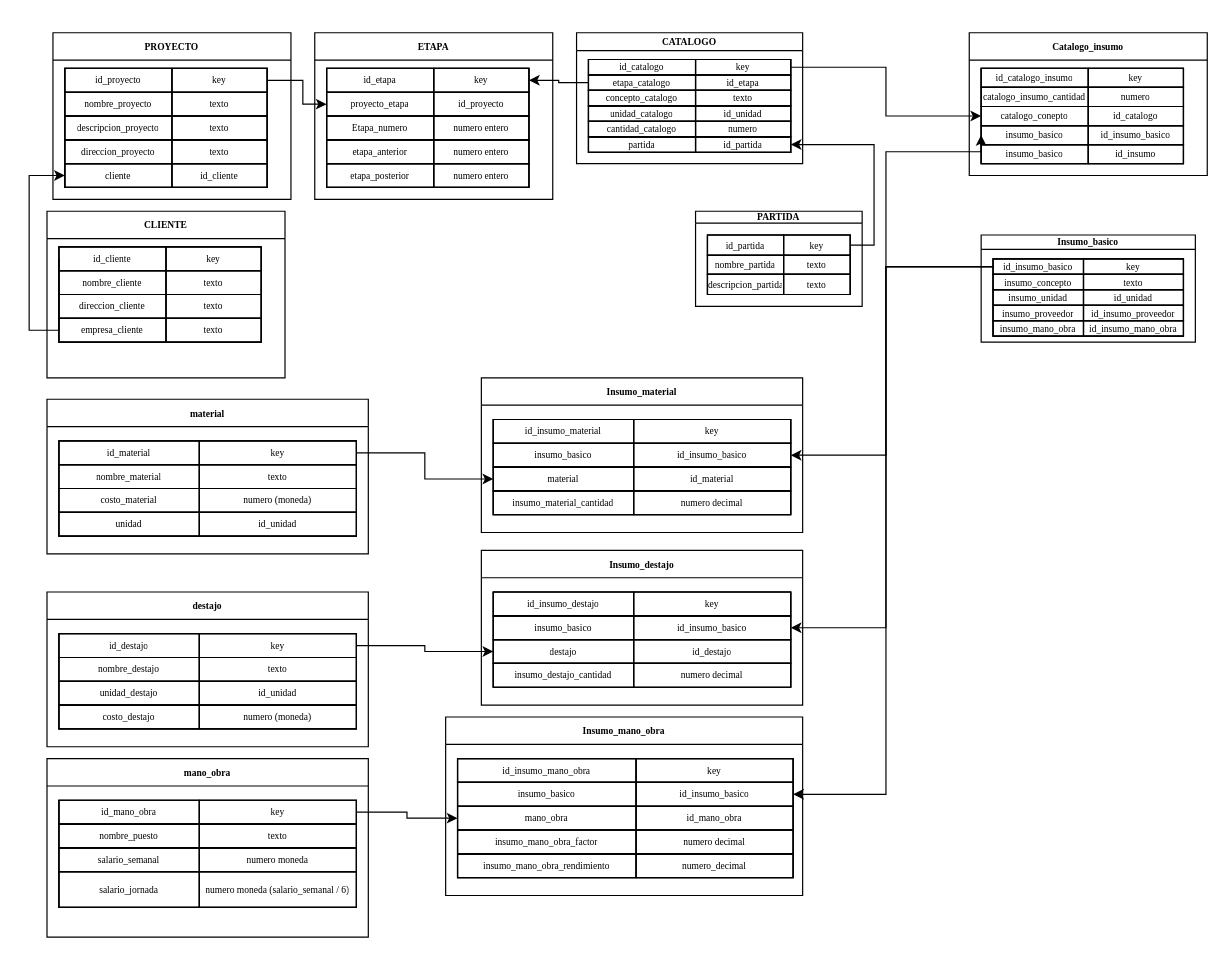
Above: Base_datos.drawio in joserra71/AdmonObra (draw.io), before the change. Source tidied: cells renumbered, new cells numbered last; positions are measured from the earlier drawing's top-left corner, leaving out a move shared by most shapes. Both pictures are drawn from the tidied source at 119%, with x=0, y=0 at pixel (29, 32).
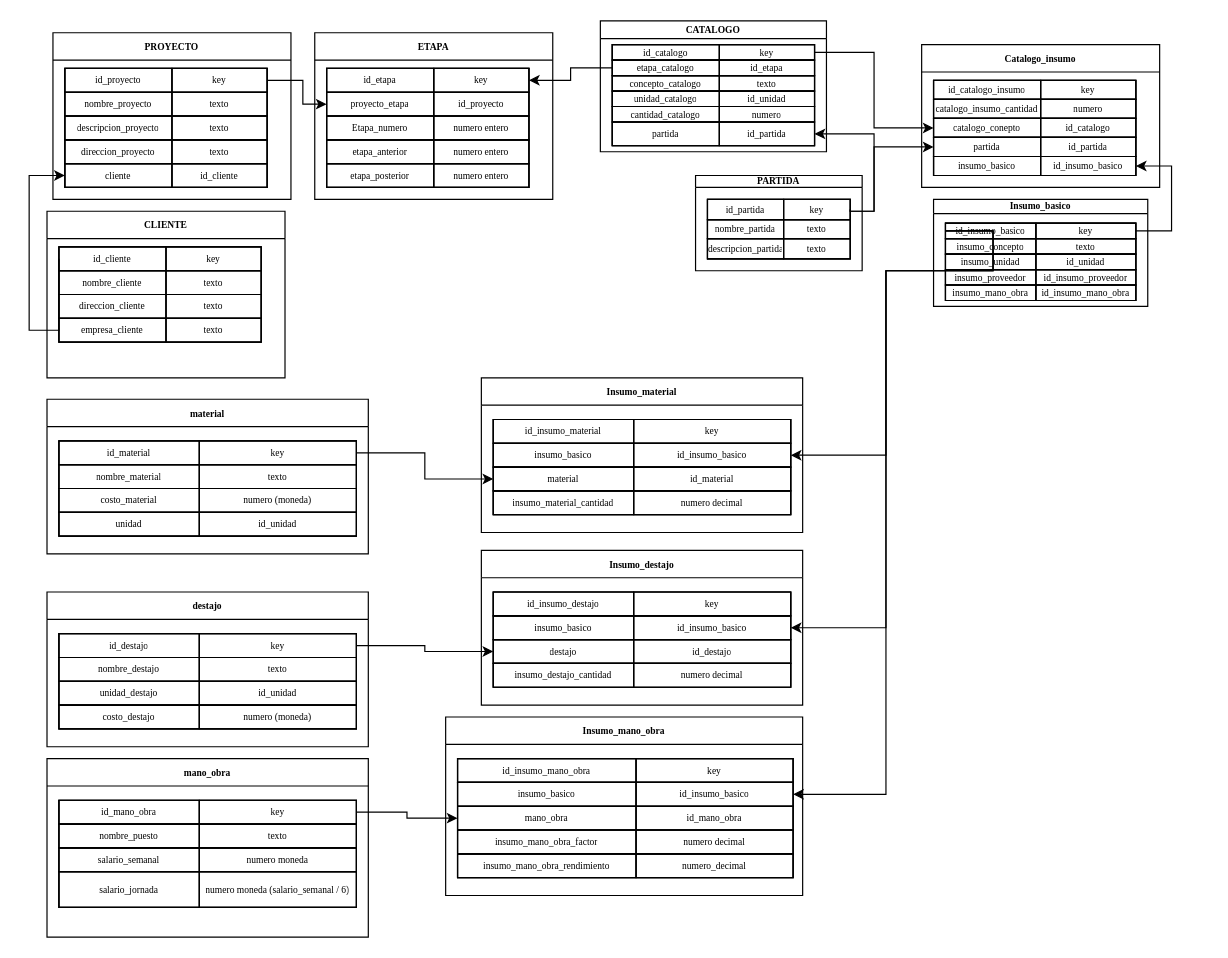
Above is the later version.

The change refers to these unchanged cells:
```xml
<mxCell id="66" style="shape=tableRow;horizontal=0;startSize=0;swimlaneHead=0;swimlaneBody=0;strokeColor=inherit;fillColor=none;points=[[0,0.5],[1,0.5]];portConstraint=eastwest;fixedHeader=1;fontFamily=Garamond;fontSize=8;" parent="56" vertex="1">
  <mxGeometry y="48" width="170" height="16" as="geometry" />
</mxCell>
<mxCell id="69" style="shape=tableRow;horizontal=0;startSize=0;swimlaneHead=0;swimlaneBody=0;strokeColor=inherit;fillColor=none;points=[[0,0.5],[1,0.5]];portConstraint=eastwest;fixedHeader=1;fontFamily=Garamond;fontSize=8;" parent="56" vertex="1">
  <mxGeometry y="64" width="170" height="16" as="geometry" />
</mxCell>
<mxCell id="76" style="shape=tableRow;horizontal=0;startSize=0;swimlaneHead=0;swimlaneBody=0;strokeColor=inherit;fillColor=none;points=[[0,0.5],[1,0.5]];portConstraint=eastwest;fixedHeader=1;fontFamily=Garamond;fontSize=8;" parent="75" vertex="1">
  <mxGeometry width="160" height="13" as="geometry" />
</mxCell>
<mxCell id="96" style="shape=tableRow;horizontal=0;startSize=0;swimlaneHead=0;swimlaneBody=0;strokeColor=inherit;fillColor=none;points=[[0,0.5],[1,0.5]];portConstraint=eastwest;fixedHeader=1;fontFamily=Garamond;fontSize=8;" parent="92" vertex="1">
  <mxGeometry y="20" width="250" height="20" as="geometry" />
</mxCell>
<mxCell id="125" style="shape=tableRow;horizontal=0;startSize=0;swimlaneHead=0;swimlaneBody=0;strokeColor=inherit;fillColor=none;points=[[0,0.5],[1,0.5]];portConstraint=eastwest;fixedHeader=1;fontFamily=Garamond;fontSize=8;" parent="121" vertex="1">
  <mxGeometry y="20" width="250" height="20" as="geometry" />
</mxCell>
<mxCell id="155" style="shape=tableRow;horizontal=0;startSize=0;swimlaneHead=0;swimlaneBody=0;strokeColor=inherit;fillColor=none;points=[[0,0.5],[1,0.5]];portConstraint=eastwest;fixedHeader=1;fontFamily=Garamond;fontSize=8;" parent="151" vertex="1">
  <mxGeometry y="20" width="282" height="20" as="geometry" />
</mxCell>
<mxCell id="203" style="shape=tableRow;horizontal=0;startSize=0;swimlaneHead=0;swimlaneBody=0;strokeColor=inherit;fillColor=none;points=[[0,0.5],[1,0.5]];portConstraint=eastwest;fixedHeader=1;fontFamily=Garamond;fontSize=8;" parent="202" vertex="1">
  <mxGeometry width="120" height="17" as="geometry" />
</mxCell>
```

Change to the diagram source:
```diff
@@
     <mxCell id="34" value="CATALOGO" style="swimlane;whiteSpace=wrap;html=1;fontFamily=Garamond;fontSize=8;startSize=15;" parent="1" vertex="1">
-      <mxGeometry x="460" width="190" height="110" as="geometry" />
+      <mxGeometry x="480" y="-10" width="190" height="110" as="geometry" />
     </mxCell>
     <mxCell id="35" style="shape=table;startSize=0;childLayout=tableLayout;fixedHeader=1;tableRender=collapsed;fontFamily=Garamond;fontSize=8;" parent="34" vertex="1">
-      <mxGeometry x="10" y="22.5" width="170" height="78" as="geometry" />
+      <mxGeometry x="10" y="20" width="170" height="85" as="geometry" />
     </mxCell>
@@
     <mxCell id="51" style="shape=tableRow;horizontal=0;startSize=0;swimlaneHead=0;swimlaneBody=0;strokeColor=inherit;fillColor=none;points=[[0,0.5],[1,0.5]];portConstraint=eastwest;fixedHeader=1;fontFamily=Garamond;fontSize=8;" parent="35" vertex="1">
-      <mxGeometry y="65" width="170" height="13" as="geometry" />
+      <mxGeometry y="65" width="170" height="20" as="geometry" />
     </mxCell>
     <mxCell id="52" value="partida" style="shape=partialRectangle;html=1;whiteSpace=wrap;strokeColor=inherit;overflow=hidden;fillColor=none;fontFamily=Garamond;fontSize=8;" parent="51" vertex="1">
-      <mxGeometry width="90" height="13" as="geometry" />
+      <mxGeometry width="90" height="20" as="geometry" />
     </mxCell>
     <mxCell id="53" value="id_partida" style="shape=partialRectangle;html=1;whiteSpace=wrap;strokeColor=inherit;overflow=hidden;fillColor=none;fontFamily=Garamond;fontSize=8;" parent="51" vertex="1">
-      <mxGeometry x="90" width="80" height="13" as="geometry" />
+      <mxGeometry x="90" width="80" height="20" as="geometry" />
     </mxCell>
@@
     <mxCell id="55" value="Catalogo_insumo" style="swimlane;whiteSpace=wrap;html=1;fontFamily=Garamond;fontSize=8;" parent="1" vertex="1">
-      <mxGeometry x="790" width="200" height="120" as="geometry" />
+      <mxGeometry x="750" y="10" width="200" height="120" as="geometry" />
     </mxCell>
@@
-    <mxCell id="67" value="insumo_basico" style="shape=partialRectangle;html=1;whiteSpace=wrap;strokeColor=inherit;overflow=hidden;fillColor=none;fontFamily=Garamond;fontSize=8;" parent="66" vertex="1">
+    <mxCell id="67" value="partida" style="shape=partialRectangle;html=1;whiteSpace=wrap;strokeColor=inherit;overflow=hidden;fillColor=none;fontFamily=Garamond;fontSize=8;" parent="66" vertex="1">
       <mxGeometry width="90" height="16" as="geometry" />
     </mxCell>
-    <mxCell id="68" value="id_insumo_basico" style="shape=partialRectangle;html=1;whiteSpace=wrap;strokeColor=inherit;overflow=hidden;fillColor=none;fontFamily=Garamond;fontSize=8;" parent="66" vertex="1">
+    <mxCell id="68" value="id_partida" style="shape=partialRectangle;html=1;whiteSpace=wrap;strokeColor=inherit;overflow=hidden;fillColor=none;fontFamily=Garamond;fontSize=8;" parent="66" vertex="1">
       <mxGeometry x="90" width="80" height="16" as="geometry" />
     </mxCell>
@@
-    <mxCell id="71" value="id_insumo" style="shape=partialRectangle;html=1;whiteSpace=wrap;strokeColor=inherit;overflow=hidden;fillColor=none;fontFamily=Garamond;fontSize=8;" parent="69" vertex="1">
+    <mxCell id="71" value="id_insumo_basico" style="shape=partialRectangle;html=1;whiteSpace=wrap;strokeColor=inherit;overflow=hidden;fillColor=none;fontFamily=Garamond;fontSize=8;" parent="69" vertex="1">
       <mxGeometry x="90" width="80" height="16" as="geometry" />
     </mxCell>
@@
-    <mxCell id="73" style="edgeStyle=orthogonalEdgeStyle;rounded=0;jettySize=auto;html=1;entryX=0;entryY=0.5;entryDx=0;entryDy=0;defaultLabelBackgroundColor=page;fontFamily=Garamond;fontSize=8;exitX=0;exitY=0.5;exitDx=0;exitDy=0;" parent="1" edge="1" source="76" target="66">
-      <mxGeometry x="0.21" relative="1" as="geometry">
+    <mxCell id="73" style="edgeStyle=orthogonalEdgeStyle;rounded=0;jettySize=auto;html=1;entryX=1;entryY=0.5;entryDx=0;entryDy=0;defaultLabelBackgroundColor=page;fontFamily=Garamond;fontSize=8;exitX=1;exitY=0.5;exitDx=0;exitDy=0;" parent="1" edge="1" source="76" target="69">
+      <mxGeometry x="0.59" relative="1" as="geometry">
         <Array as="points">
-          <mxPoint x="720" y="196.5" />
-          <mxPoint x="720" y="100" />
+          <mxPoint x="960" y="166.5" />
+          <mxPoint x="960" y="112" />
         </Array>
       </mxGeometry>
     </mxCell>
     <mxCell id="74" value="Insumo_basico" style="swimlane;whiteSpace=wrap;html=1;fontFamily=Garamond;fontSize=8;startSize=12;" parent="1" vertex="1">
-      <mxGeometry x="800" y="170" width="180" height="90" as="geometry" />
+      <mxGeometry x="760" y="140" width="180" height="90" as="geometry" />
     </mxCell>
@@
     <mxCell id="119" style="edgeStyle=orthogonalEdgeStyle;rounded=0;jettySize=auto;html=1;entryX=1;entryY=0.5;entryDx=0;entryDy=0;defaultLabelBackgroundColor=page;fontFamily=Garamond;fontSize=8;exitX=0;exitY=0.5;exitDx=0;exitDy=0;" parent="1" edge="1" source="76" target="96">
       <mxGeometry x="-0.46" relative="1" as="geometry">
         <Array as="points">
-          <mxPoint x="720" y="196.5" />
+          <mxPoint x="810" y="200" />
+          <mxPoint x="720" y="200" />
           <mxPoint x="720" y="355" />
         </Array>
       </mxGeometry>
     </mxCell>
@@
     <mxCell id="134" style="edgeStyle=orthogonalEdgeStyle;rounded=0;jettySize=auto;html=1;exitX=0;exitY=0.5;exitDx=0;exitDy=0;defaultLabelBackgroundColor=page;entryX=1;entryY=0.5;entryDx=0;entryDy=0;fontFamily=Garamond;fontSize=8;" parent="1" edge="1" source="76" target="125">
       <mxGeometry x="0.26" relative="1" as="geometry">
         <Array as="points">
-          <mxPoint x="720" y="196.5" />
+          <mxPoint x="810" y="200" />
+          <mxPoint x="720" y="200" />
           <mxPoint x="720" y="500" />
         </Array>
       </mxGeometry>
     </mxCell>
@@
     <mxCell id="167" style="edgeStyle=orthogonalEdgeStyle;rounded=0;jettySize=auto;html=1;exitX=0;exitY=0.5;exitDx=0;exitDy=0;defaultLabelBackgroundColor=page;entryX=1;entryY=0.5;entryDx=0;entryDy=0;fontFamily=Garamond;fontSize=8;" parent="1" edge="1" source="76" target="155">
       <mxGeometry x="-0.19" relative="1" as="geometry">
         <Array as="points">
-          <mxPoint x="720" y="196.5" />
+          <mxPoint x="810" y="200" />
+          <mxPoint x="720" y="200" />
           <mxPoint x="720" y="640" />
         </Array>
       </mxGeometry>
     </mxCell>
@@
     <mxCell id="201" value="PARTIDA" style="swimlane;whiteSpace=wrap;html=1;fontFamily=Garamond;fontSize=8;startSize=10;" parent="1" vertex="1">
-      <mxGeometry x="560" y="150" width="140" height="80" as="geometry" />
+      <mxGeometry x="560" y="120" width="140" height="80" as="geometry" />
     </mxCell>
@@
     <mxCell id="213" style="edgeStyle=orthogonalEdgeStyle;rounded=0;jettySize=auto;html=1;exitX=1;exitY=0.5;exitDx=0;exitDy=0;entryX=1;entryY=0.5;entryDx=0;entryDy=0;defaultLabelBackgroundColor=page;" parent="1" edge="1" source="203" target="51">
-      <mxGeometry relative="1" as="geometry" />
+      <mxGeometry x="-0.05" relative="1" as="geometry">
+        <Array as="points">
+          <mxPoint x="690" y="150" />
+          <mxPoint x="710" y="150" />
+          <mxPoint x="710" y="85" />
+        </Array>
+      </mxGeometry>
     </mxCell>
+    <mxCell id="214" style="edgeStyle=orthogonalEdgeStyle;rounded=0;jettySize=auto;html=1;exitX=1;exitY=0.5;exitDx=0;exitDy=0;defaultLabelBackgroundColor=page;entryX=0;entryY=0.5;entryDx=0;entryDy=0;" parent="1" edge="1" source="203" target="66">
+      <mxGeometry x="-0.03" relative="1" as="geometry">
+        <Array as="points">
+          <mxPoint x="690" y="150" />
+          <mxPoint x="710" y="150" />
+          <mxPoint x="710" y="96" />
+        </Array>
+      </mxGeometry>
+    </mxCell>
```
